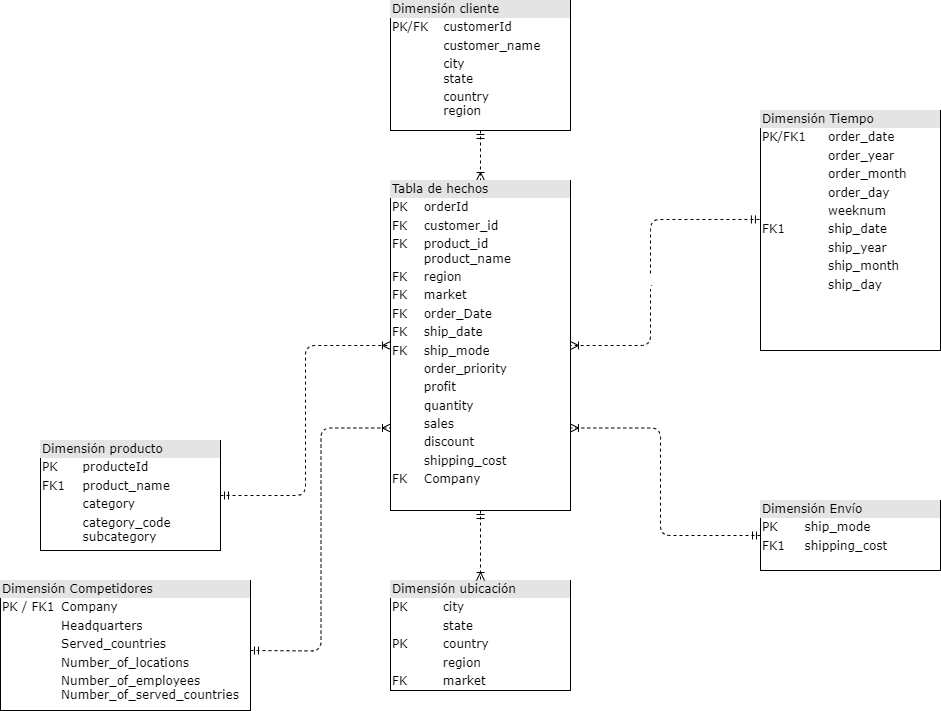
Earlier version of the draw.io export images/Diagrama.png (VeronicaDomR/Proyecto_ETL). Source tidied: cells renumbered, new cells last; positions are measured from the earlier drawing's top-left corner, leaving out a move shared by most shapes.
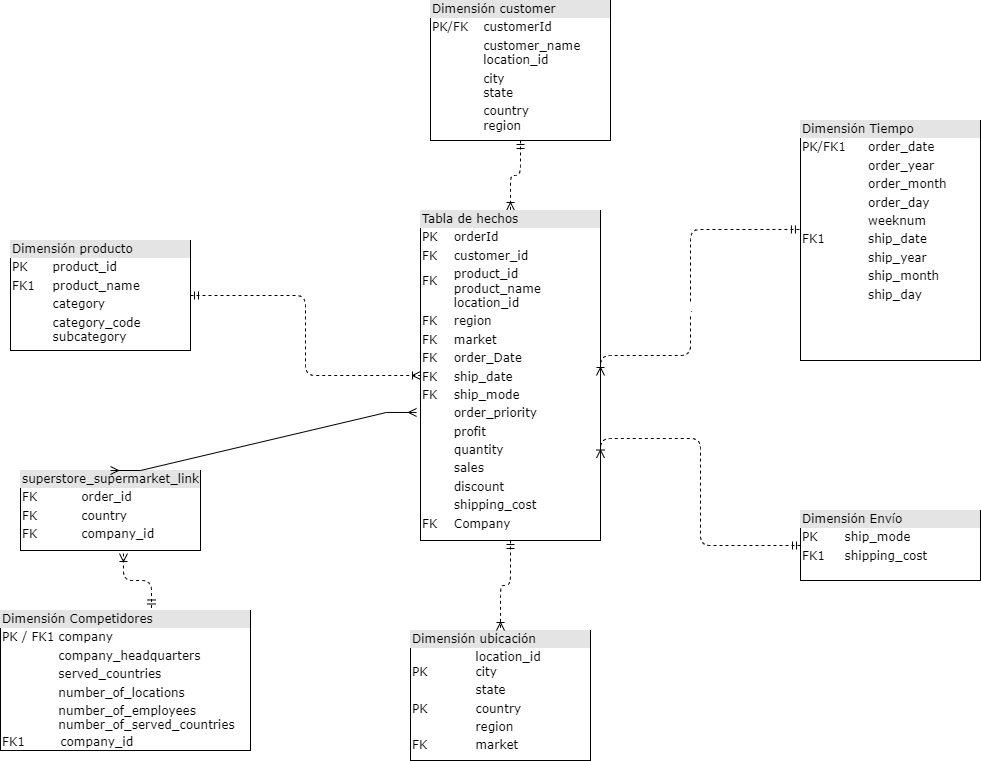
The same file after the commit.

Change to the diagram source:
```diff
@@ -5,32 +5,32 @@
     <mxCell id="2" style="edgeStyle=orthogonalEdgeStyle;html=1;entryX=0.5;entryY=0;dashed=1;labelBackgroundColor=none;startArrow=ERmandOne;endArrow=ERoneToMany;fontFamily=Verdana;fontSize=12;align=left;" parent="1" edge="1" source="3" target="9">
       <mxGeometry relative="1" as="geometry" />
     </mxCell>
-    <mxCell id="3" value="&lt;div style=&quot;box-sizing: border-box ; width: 100% ; background: #e4e4e4 ; padding: 2px&quot;&gt;Dimensión cliente&lt;/div&gt;&lt;table style=&quot;width: 100% ; font-size: 1em&quot; cellpadding=&quot;2&quot; cellspacing=&quot;0&quot;&gt;&lt;tbody&gt;&lt;tr&gt;&lt;td&gt;PK/FK&lt;/td&gt;&lt;td&gt;customerId&lt;/td&gt;&lt;/tr&gt;&lt;tr&gt;&lt;td&gt;&lt;br&gt;&lt;/td&gt;&lt;td&gt;customer_name&lt;/td&gt;&lt;/tr&gt;&lt;tr&gt;&lt;td&gt;&lt;/td&gt;&lt;td&gt;city&lt;br&gt;state&lt;/td&gt;&lt;/tr&gt;&lt;tr&gt;&lt;td&gt;&lt;br&gt;&lt;/td&gt;&lt;td&gt;country&lt;br&gt;region&lt;/td&gt;&lt;/tr&gt;&lt;tr&gt;&lt;td&gt;&lt;/td&gt;&lt;td&gt;&lt;br&gt;&lt;/td&gt;&lt;/tr&gt;&lt;/tbody&gt;&lt;/table&gt;" style="verticalAlign=top;align=left;overflow=fill;html=1;rounded=0;shadow=0;comic=0;labelBackgroundColor=none;strokeWidth=1;fontFamily=Verdana;fontSize=12;" parent="1" vertex="1">
-      <mxGeometry x="390" width="180" height="130" as="geometry" />
+    <mxCell id="3" value="&lt;div style=&quot;box-sizing: border-box ; width: 100% ; background: #e4e4e4 ; padding: 2px&quot;&gt;Dimensión customer&lt;/div&gt;&lt;table style=&quot;width: 100% ; font-size: 1em&quot; cellpadding=&quot;2&quot; cellspacing=&quot;0&quot;&gt;&lt;tbody&gt;&lt;tr&gt;&lt;td&gt;PK/FK&lt;/td&gt;&lt;td&gt;customerId&lt;/td&gt;&lt;/tr&gt;&lt;tr&gt;&lt;td&gt;&lt;br&gt;&lt;/td&gt;&lt;td&gt;customer_name&lt;br&gt;location_id&lt;/td&gt;&lt;/tr&gt;&lt;tr&gt;&lt;td&gt;&lt;/td&gt;&lt;td&gt;city&lt;br&gt;state&lt;/td&gt;&lt;/tr&gt;&lt;tr&gt;&lt;td&gt;&lt;br&gt;&lt;/td&gt;&lt;td&gt;country&lt;br&gt;region&lt;/td&gt;&lt;/tr&gt;&lt;tr&gt;&lt;td&gt;&lt;/td&gt;&lt;td&gt;&lt;br&gt;&lt;/td&gt;&lt;/tr&gt;&lt;/tbody&gt;&lt;/table&gt;" style="verticalAlign=top;align=left;overflow=fill;html=1;rounded=0;shadow=0;comic=0;labelBackgroundColor=none;strokeWidth=1;fontFamily=Verdana;fontSize=12;" parent="1" vertex="1">
+      <mxGeometry x="390" y="-10" width="180" height="140" as="geometry" />
     </mxCell>
     <mxCell id="4" style="edgeStyle=orthogonalEdgeStyle;html=1;exitX=1;exitY=0.5;entryX=0;entryY=0.5;dashed=1;labelBackgroundColor=none;startArrow=ERmandOne;endArrow=ERoneToMany;fontFamily=Verdana;fontSize=12;align=left;exitDx=0;exitDy=0;entryDx=0;entryDy=0;" parent="1" edge="1" source="5" target="9">
       <mxGeometry relative="1" as="geometry" />
     </mxCell>
-    <mxCell id="5" value="&lt;div style=&quot;box-sizing: border-box ; width: 100% ; background: #e4e4e4 ; padding: 2px&quot;&gt;Dimensión producto&lt;/div&gt;&lt;table style=&quot;width: 100% ; font-size: 1em&quot; cellpadding=&quot;2&quot; cellspacing=&quot;0&quot;&gt;&lt;tbody&gt;&lt;tr&gt;&lt;td&gt;PK&lt;/td&gt;&lt;td&gt;producteId&lt;/td&gt;&lt;/tr&gt;&lt;tr&gt;&lt;td&gt;FK1&lt;/td&gt;&lt;td&gt;product_name&lt;/td&gt;&lt;/tr&gt;&lt;tr&gt;&lt;td&gt;&lt;/td&gt;&lt;td&gt;category&lt;/td&gt;&lt;/tr&gt;&lt;tr&gt;&lt;td&gt;&lt;br&gt;&lt;/td&gt;&lt;td&gt;category_code&lt;br&gt;subcategory&lt;br&gt;&lt;br&gt;&lt;/td&gt;&lt;/tr&gt;&lt;/tbody&gt;&lt;/table&gt;" style="verticalAlign=top;align=left;overflow=fill;html=1;rounded=0;shadow=0;comic=0;labelBackgroundColor=none;strokeWidth=1;fontFamily=Verdana;fontSize=12;" parent="1" vertex="1">
-      <mxGeometry x="40" y="440" width="180" height="110" as="geometry" />
+    <mxCell id="5" value="&lt;div style=&quot;box-sizing: border-box ; width: 100% ; background: #e4e4e4 ; padding: 2px&quot;&gt;Dimensión producto&lt;/div&gt;&lt;table style=&quot;width: 100% ; font-size: 1em&quot; cellpadding=&quot;2&quot; cellspacing=&quot;0&quot;&gt;&lt;tbody&gt;&lt;tr&gt;&lt;td&gt;PK&lt;/td&gt;&lt;td&gt;product_id&lt;/td&gt;&lt;/tr&gt;&lt;tr&gt;&lt;td&gt;FK1&lt;/td&gt;&lt;td&gt;product_name&lt;/td&gt;&lt;/tr&gt;&lt;tr&gt;&lt;td&gt;&lt;/td&gt;&lt;td&gt;category&lt;/td&gt;&lt;/tr&gt;&lt;tr&gt;&lt;td&gt;&lt;br&gt;&lt;/td&gt;&lt;td&gt;category_code&lt;br&gt;subcategory&lt;br&gt;&lt;br&gt;&lt;/td&gt;&lt;/tr&gt;&lt;/tbody&gt;&lt;/table&gt;" style="verticalAlign=top;align=left;overflow=fill;html=1;rounded=0;shadow=0;comic=0;labelBackgroundColor=none;strokeWidth=1;fontFamily=Verdana;fontSize=12;" parent="1" vertex="1">
+      <mxGeometry x="-30" y="230" width="180" height="110" as="geometry" />
     </mxCell>
     <mxCell id="6" value="&lt;div style=&quot;box-sizing: border-box ; width: 100% ; background: #e4e4e4 ; padding: 2px&quot;&gt;Dimensión Envío&lt;/div&gt;&lt;table style=&quot;width: 100% ; font-size: 1em&quot; cellpadding=&quot;2&quot; cellspacing=&quot;0&quot;&gt;&lt;tbody&gt;&lt;tr&gt;&lt;td&gt;PK&lt;/td&gt;&lt;td&gt;ship_mode&lt;/td&gt;&lt;/tr&gt;&lt;tr&gt;&lt;td&gt;FK1&lt;/td&gt;&lt;td&gt;shipping_cost&lt;/td&gt;&lt;/tr&gt;&lt;tr&gt;&lt;td&gt;&lt;/td&gt;&lt;td&gt;&lt;br&gt;&lt;/td&gt;&lt;/tr&gt;&lt;/tbody&gt;&lt;/table&gt;" style="verticalAlign=top;align=left;overflow=fill;html=1;rounded=0;shadow=0;comic=0;labelBackgroundColor=none;strokeWidth=1;fontFamily=Verdana;fontSize=12;" parent="1" vertex="1">
       <mxGeometry x="760" y="500" width="180" height="70" as="geometry" />
     </mxCell>
-    <mxCell id="7" value="&lt;div style=&quot;box-sizing: border-box ; width: 100% ; background: #e4e4e4 ; padding: 2px&quot;&gt;Dimensión ubicación&lt;/div&gt;&lt;table style=&quot;width: 100% ; font-size: 1em&quot; cellpadding=&quot;2&quot; cellspacing=&quot;0&quot;&gt;&lt;tbody&gt;&lt;tr&gt;&lt;td&gt;PK&lt;/td&gt;&lt;td&gt;city&lt;/td&gt;&lt;/tr&gt;&lt;tr&gt;&lt;td&gt;&lt;br&gt;&lt;/td&gt;&lt;td&gt;state&lt;/td&gt;&lt;/tr&gt;&lt;tr&gt;&lt;td&gt;PK&lt;/td&gt;&lt;td&gt;country&lt;/td&gt;&lt;/tr&gt;&lt;tr&gt;&lt;td&gt;&lt;br&gt;&lt;/td&gt;&lt;td&gt;region&lt;br&gt;&lt;/td&gt;&lt;/tr&gt;&lt;tr&gt;&lt;td&gt;FK&lt;br&gt;&lt;/td&gt;&lt;td&gt;market&lt;br&gt;&lt;/td&gt;&lt;/tr&gt;&lt;/tbody&gt;&lt;/table&gt;" style="verticalAlign=top;align=left;overflow=fill;html=1;rounded=0;shadow=0;comic=0;labelBackgroundColor=none;strokeWidth=1;fontFamily=Verdana;fontSize=12;" parent="1" vertex="1">
-      <mxGeometry x="390" y="580" width="180" height="110" as="geometry" />
+    <mxCell id="7" value="&lt;div style=&quot;box-sizing: border-box ; width: 100% ; background: #e4e4e4 ; padding: 2px&quot;&gt;Dimensión ubicación&lt;/div&gt;&lt;table style=&quot;width: 100% ; font-size: 1em&quot; cellpadding=&quot;2&quot; cellspacing=&quot;0&quot;&gt;&lt;tbody&gt;&lt;tr&gt;&lt;td&gt;&lt;br&gt;PK&lt;/td&gt;&lt;td&gt;location_id&lt;br&gt;city&lt;br&gt;&lt;/td&gt;&lt;/tr&gt;&lt;tr&gt;&lt;td&gt;&lt;span style=&quot;white-space: pre;&quot;&gt;&#9;&lt;/span&gt;&lt;/td&gt;&lt;td&gt;state&lt;/td&gt;&lt;/tr&gt;&lt;tr&gt;&lt;td&gt;PK&lt;/td&gt;&lt;td&gt;country&lt;/td&gt;&lt;/tr&gt;&lt;tr&gt;&lt;td&gt;&lt;br&gt;&lt;/td&gt;&lt;td&gt;region&lt;br&gt;&lt;/td&gt;&lt;/tr&gt;&lt;tr&gt;&lt;td&gt;FK&lt;br&gt;&lt;/td&gt;&lt;td&gt;market&lt;br&gt;&lt;/td&gt;&lt;/tr&gt;&lt;/tbody&gt;&lt;/table&gt;" style="verticalAlign=top;align=left;overflow=fill;html=1;rounded=0;shadow=0;comic=0;labelBackgroundColor=none;strokeWidth=1;fontFamily=Verdana;fontSize=12;" parent="1" vertex="1">
+      <mxGeometry x="370" y="620" width="180" height="130" as="geometry" />
     </mxCell>
     <mxCell id="8" style="edgeStyle=orthogonalEdgeStyle;html=1;entryX=0.5;entryY=0;labelBackgroundColor=none;startArrow=ERmandOne;endArrow=ERoneToMany;fontFamily=Verdana;fontSize=12;align=left;dashed=1;" parent="1" edge="1" source="9" target="7">
       <mxGeometry relative="1" as="geometry" />
     </mxCell>
-    <mxCell id="9" value="&lt;div style=&quot;box-sizing: border-box ; width: 100% ; background: #e4e4e4 ; padding: 2px&quot;&gt;Tabla de hechos&lt;/div&gt;&lt;table style=&quot;width: 100% ; font-size: 1em&quot; cellpadding=&quot;2&quot; cellspacing=&quot;0&quot;&gt;&lt;tbody&gt;&lt;tr&gt;&lt;td&gt;PK&lt;/td&gt;&lt;td&gt;orderId&lt;/td&gt;&lt;/tr&gt;&lt;tr&gt;&lt;td&gt;FK&lt;/td&gt;&lt;td&gt;customer_id&lt;/td&gt;&lt;/tr&gt;&lt;tr&gt;&lt;td&gt;FK&lt;br&gt;&lt;br&gt;&lt;/td&gt;&lt;td&gt;product_id&lt;br&gt;product_name&lt;/td&gt;&lt;/tr&gt;&lt;tr&gt;&lt;td&gt;FK&lt;br&gt;&lt;/td&gt;&lt;td&gt;region&lt;br&gt;&lt;/td&gt;&lt;/tr&gt;&lt;tr&gt;&lt;td&gt;FK&lt;br&gt;&lt;/td&gt;&lt;td&gt;market&lt;br&gt;&lt;/td&gt;&lt;/tr&gt;&lt;tr&gt;&lt;td&gt;FK&lt;br&gt;&lt;/td&gt;&lt;td&gt;order_Date&lt;/td&gt;&lt;/tr&gt;&lt;tr&gt;&lt;td&gt;FK&lt;br&gt;&lt;/td&gt;&lt;td&gt;ship_date&lt;br&gt;&lt;/td&gt;&lt;/tr&gt;&lt;tr&gt;&lt;td&gt;FK&lt;br&gt;&lt;/td&gt;&lt;td&gt;ship_mode&lt;br&gt;&lt;/td&gt;&lt;/tr&gt;&lt;tr&gt;&lt;td&gt;&lt;br&gt;&lt;/td&gt;&lt;td&gt;order_priority&lt;/td&gt;&lt;/tr&gt;&lt;tr&gt;&lt;td&gt;&lt;br&gt;&lt;/td&gt;&lt;td&gt;profit&lt;br&gt;&lt;/td&gt;&lt;/tr&gt;&lt;tr&gt;&lt;td&gt;&lt;br&gt;&lt;/td&gt;&lt;td&gt;quantity&lt;br&gt;&lt;/td&gt;&lt;/tr&gt;&lt;tr&gt;&lt;td&gt;&lt;br&gt;&lt;/td&gt;&lt;td&gt;sales&lt;br&gt;&lt;/td&gt;&lt;/tr&gt;&lt;tr&gt;&lt;td&gt;&lt;br&gt;&lt;/td&gt;&lt;td&gt;discount&lt;/td&gt;&lt;/tr&gt;&lt;tr&gt;&lt;td&gt;&lt;br&gt;&lt;/td&gt;&lt;td&gt;shipping_cost&lt;br&gt;&lt;/td&gt;&lt;/tr&gt;&lt;tr&gt;&lt;td&gt;FK&lt;/td&gt;&lt;td&gt;Company&lt;/td&gt;&lt;/tr&gt;&lt;/tbody&gt;&lt;/table&gt;" style="verticalAlign=top;align=left;overflow=fill;html=1;rounded=0;shadow=0;comic=0;labelBackgroundColor=none;strokeWidth=1;fontFamily=Verdana;fontSize=12;" parent="1" vertex="1">
-      <mxGeometry x="390" y="180" width="180" height="330" as="geometry" />
+    <mxCell id="9" value="&lt;div style=&quot;box-sizing: border-box ; width: 100% ; background: #e4e4e4 ; padding: 2px&quot;&gt;Tabla de hechos&lt;/div&gt;&lt;table style=&quot;width: 100% ; font-size: 1em&quot; cellpadding=&quot;2&quot; cellspacing=&quot;0&quot;&gt;&lt;tbody&gt;&lt;tr&gt;&lt;td&gt;PK&lt;/td&gt;&lt;td&gt;orderId&lt;/td&gt;&lt;/tr&gt;&lt;tr&gt;&lt;td&gt;FK&lt;/td&gt;&lt;td&gt;customer_id&lt;/td&gt;&lt;/tr&gt;&lt;tr&gt;&lt;td&gt;FK&lt;br&gt;&lt;br&gt;&lt;/td&gt;&lt;td&gt;product_id&lt;br&gt;product_name&lt;br&gt;location_id&lt;/td&gt;&lt;/tr&gt;&lt;tr&gt;&lt;td&gt;FK&lt;br&gt;&lt;/td&gt;&lt;td&gt;region&lt;br&gt;&lt;/td&gt;&lt;/tr&gt;&lt;tr&gt;&lt;td&gt;FK&lt;br&gt;&lt;/td&gt;&lt;td&gt;market&lt;br&gt;&lt;/td&gt;&lt;/tr&gt;&lt;tr&gt;&lt;td&gt;FK&lt;br&gt;&lt;/td&gt;&lt;td&gt;order_Date&lt;/td&gt;&lt;/tr&gt;&lt;tr&gt;&lt;td&gt;FK&lt;br&gt;&lt;/td&gt;&lt;td&gt;ship_date&lt;br&gt;&lt;/td&gt;&lt;/tr&gt;&lt;tr&gt;&lt;td&gt;FK&lt;br&gt;&lt;/td&gt;&lt;td&gt;ship_mode&lt;br&gt;&lt;/td&gt;&lt;/tr&gt;&lt;tr&gt;&lt;td&gt;&lt;br&gt;&lt;/td&gt;&lt;td&gt;order_priority&lt;/td&gt;&lt;/tr&gt;&lt;tr&gt;&lt;td&gt;&lt;br&gt;&lt;/td&gt;&lt;td&gt;profit&lt;br&gt;&lt;/td&gt;&lt;/tr&gt;&lt;tr&gt;&lt;td&gt;&lt;br&gt;&lt;/td&gt;&lt;td&gt;quantity&lt;br&gt;&lt;/td&gt;&lt;/tr&gt;&lt;tr&gt;&lt;td&gt;&lt;br&gt;&lt;/td&gt;&lt;td&gt;sales&lt;br&gt;&lt;/td&gt;&lt;/tr&gt;&lt;tr&gt;&lt;td&gt;&lt;br&gt;&lt;/td&gt;&lt;td&gt;discount&lt;/td&gt;&lt;/tr&gt;&lt;tr&gt;&lt;td&gt;&lt;br&gt;&lt;/td&gt;&lt;td&gt;shipping_cost&lt;br&gt;&lt;/td&gt;&lt;/tr&gt;&lt;tr&gt;&lt;td&gt;FK&lt;/td&gt;&lt;td&gt;Company&lt;/td&gt;&lt;/tr&gt;&lt;/tbody&gt;&lt;/table&gt;" style="verticalAlign=top;align=left;overflow=fill;html=1;rounded=0;shadow=0;comic=0;labelBackgroundColor=none;strokeWidth=1;fontFamily=Verdana;fontSize=12;" parent="1" vertex="1">
+      <mxGeometry x="380" y="200" width="180" height="330" as="geometry" />
     </mxCell>
     <mxCell id="10" value="&lt;div style=&quot;box-sizing: border-box ; width: 100% ; background: #e4e4e4 ; padding: 2px&quot;&gt;Dimensión Tiempo&lt;/div&gt;&lt;table style=&quot;width: 100% ; font-size: 1em&quot; cellpadding=&quot;2&quot; cellspacing=&quot;0&quot;&gt;&lt;tbody&gt;&lt;tr&gt;&lt;td&gt;PK/FK1&lt;/td&gt;&lt;td&gt;order_date&lt;/td&gt;&lt;/tr&gt;&lt;tr&gt;&lt;td&gt;&lt;br&gt;&lt;/td&gt;&lt;td&gt;order_year&lt;/td&gt;&lt;/tr&gt;&lt;tr&gt;&lt;td&gt;&lt;/td&gt;&lt;td&gt;order_month&lt;/td&gt;&lt;/tr&gt;&lt;tr&gt;&lt;td&gt;&lt;br&gt;&lt;/td&gt;&lt;td&gt;order_day&lt;br&gt;&lt;/td&gt;&lt;/tr&gt;&lt;tr&gt;&lt;td&gt;&lt;br&gt;&lt;/td&gt;&lt;td&gt;weeknum&lt;/td&gt;&lt;/tr&gt;&lt;tr&gt;&lt;td&gt;FK1&lt;br&gt;&lt;/td&gt;&lt;td&gt;ship_date&lt;br&gt;&lt;/td&gt;&lt;/tr&gt;&lt;tr&gt;&lt;td&gt;&lt;br&gt;&lt;/td&gt;&lt;td&gt;ship_year&lt;br&gt;&lt;/td&gt;&lt;/tr&gt;&lt;tr&gt;&lt;td&gt;&lt;br&gt;&lt;/td&gt;&lt;td&gt;ship_month&lt;br&gt;&lt;/td&gt;&lt;/tr&gt;&lt;tr&gt;&lt;td&gt;&lt;br&gt;&lt;/td&gt;&lt;td&gt;ship_day&lt;br&gt;&lt;/td&gt;&lt;/tr&gt;&lt;tr&gt;&lt;td&gt;&lt;br&gt;&lt;/td&gt;&lt;td&gt;&lt;/td&gt;&lt;/tr&gt;&lt;/tbody&gt;&lt;/table&gt;" style="verticalAlign=top;align=left;overflow=fill;html=1;rounded=0;shadow=0;comic=0;labelBackgroundColor=none;strokeWidth=1;fontFamily=Verdana;fontSize=12;" parent="1" vertex="1">
       <mxGeometry x="760" y="110" width="180" height="240" as="geometry" />
     </mxCell>
-    <mxCell id="11" value="&lt;div style=&quot;box-sizing: border-box ; width: 100% ; background: #e4e4e4 ; padding: 2px&quot;&gt;Dimensión Competidores&lt;/div&gt;&lt;table style=&quot;width: 100% ; font-size: 1em&quot; cellpadding=&quot;2&quot; cellspacing=&quot;0&quot;&gt;&lt;tbody&gt;&lt;tr&gt;&lt;td&gt;PK / FK1&lt;/td&gt;&lt;td&gt;Company&lt;/td&gt;&lt;/tr&gt;&lt;tr&gt;&lt;td&gt;&lt;br&gt;&lt;/td&gt;&lt;td&gt;Headquarters&lt;/td&gt;&lt;/tr&gt;&lt;tr&gt;&lt;td&gt;&lt;/td&gt;&lt;td&gt;Served_countries&lt;/td&gt;&lt;/tr&gt;&lt;tr&gt;&lt;td&gt;&lt;br&gt;&lt;/td&gt;&lt;td&gt;Number_of_locations&lt;/td&gt;&lt;/tr&gt;&lt;tr&gt;&lt;td&gt;&lt;br&gt;&lt;/td&gt;&lt;td&gt;Number_of_employees&lt;br&gt;Number_of_served_countries&lt;br&gt;&lt;/td&gt;&lt;/tr&gt;&lt;tr&gt;&lt;td&gt;&lt;br&gt;&lt;/td&gt;&lt;td&gt;&lt;br&gt;&lt;/td&gt;&lt;/tr&gt;&lt;/tbody&gt;&lt;/table&gt;" style="verticalAlign=top;align=left;overflow=fill;html=1;rounded=0;shadow=0;comic=0;labelBackgroundColor=none;strokeWidth=1;fontFamily=Verdana;fontSize=12;" parent="1" vertex="1">
-      <mxGeometry y="580" width="250" height="130" as="geometry" />
+    <mxCell id="11" value="&lt;div style=&quot;box-sizing: border-box ; width: 100% ; background: #e4e4e4 ; padding: 2px&quot;&gt;Dimensión Competidores&lt;/div&gt;&lt;table style=&quot;width: 100% ; font-size: 1em&quot; cellpadding=&quot;2&quot; cellspacing=&quot;0&quot;&gt;&lt;tbody&gt;&lt;tr&gt;&lt;td&gt;PK / FK1&lt;/td&gt;&lt;td&gt;company&lt;/td&gt;&lt;/tr&gt;&lt;tr&gt;&lt;td&gt;&lt;br&gt;&lt;/td&gt;&lt;td&gt;company_headquarters&lt;/td&gt;&lt;/tr&gt;&lt;tr&gt;&lt;td&gt;&lt;/td&gt;&lt;td&gt;served_countries&lt;/td&gt;&lt;/tr&gt;&lt;tr&gt;&lt;td&gt;&lt;br&gt;&lt;/td&gt;&lt;td&gt;number_of_locations&lt;/td&gt;&lt;/tr&gt;&lt;tr&gt;&lt;td&gt;&lt;br&gt;FK1&lt;/td&gt;&lt;td&gt;number_of_employees&lt;br&gt;number_of_served_countries&lt;br&gt;&lt;table style=&quot;font-size: 1em; width: 250px;&quot; cellpadding=&quot;2&quot; cellspacing=&quot;0&quot;&gt;&lt;tbody&gt;&lt;tr&gt;&lt;td&gt;company_id&lt;br&gt;&lt;/td&gt;&lt;td&gt;&lt;br&gt;&lt;/td&gt;&lt;/tr&gt;&lt;/tbody&gt;&lt;/table&gt;&lt;br&gt;&lt;/td&gt;&lt;/tr&gt;&lt;tr&gt;&lt;td&gt;&lt;br&gt;&lt;/td&gt;&lt;td&gt;&lt;br&gt;&lt;/td&gt;&lt;/tr&gt;&lt;/tbody&gt;&lt;/table&gt;" style="verticalAlign=top;align=left;overflow=fill;html=1;rounded=0;shadow=0;comic=0;labelBackgroundColor=none;strokeWidth=1;fontFamily=Verdana;fontSize=12;" parent="1" vertex="1">
+      <mxGeometry x="-40" y="600" width="250" height="140" as="geometry" />
     </mxCell>
     <mxCell id="12" style="edgeStyle=orthogonalEdgeStyle;html=1;entryX=1;entryY=0.5;dashed=1;labelBackgroundColor=none;startArrow=ERmandOne;endArrow=ERoneToMany;fontFamily=Verdana;fontSize=12;align=left;exitX=-0.006;exitY=0.454;exitDx=0;exitDy=0;exitPerimeter=0;entryDx=0;entryDy=0;" parent="1" edge="1" source="10" target="9">
       <mxGeometry relative="1" as="geometry">
@@ -51,10 +51,14 @@
         </Array>
       </mxGeometry>
     </mxCell>
-    <mxCell id="15" style="edgeStyle=orthogonalEdgeStyle;html=1;exitX=1;exitY=0.5;entryX=0;entryY=0.75;dashed=1;labelBackgroundColor=none;startArrow=ERmandOne;endArrow=ERoneToMany;fontFamily=Verdana;fontSize=12;align=left;exitDx=0;exitDy=0;entryDx=0;entryDy=0;" parent="1" edge="1" target="9">
-      <mxGeometry relative="1" as="geometry">
-        <mxPoint x="250" y="650" as="sourcePoint" />
-      </mxGeometry>
+    <mxCell id="15" style="edgeStyle=orthogonalEdgeStyle;html=1;exitX=0.604;exitY=-0.018;entryX=0.572;entryY=1.038;dashed=1;labelBackgroundColor=none;startArrow=ERmandOne;endArrow=ERoneToMany;fontFamily=Verdana;fontSize=12;align=left;exitDx=0;exitDy=0;entryDx=0;entryDy=0;entryPerimeter=0;exitPerimeter=0;" parent="1" edge="1" source="11" target="16">
+      <mxGeometry relative="1" as="geometry" />
     </mxCell>
+    <mxCell id="16" value="&lt;div style=&quot;box-sizing: border-box ; width: 100% ; background: #e4e4e4 ; padding: 2px&quot;&gt;superstore_supermarket_link&lt;/div&gt;&lt;table style=&quot;width: 100% ; font-size: 1em&quot; cellpadding=&quot;2&quot; cellspacing=&quot;0&quot;&gt;&lt;tbody&gt;&lt;tr&gt;&lt;td&gt;FK&lt;/td&gt;&lt;td&gt;order_id&lt;/td&gt;&lt;/tr&gt;&lt;tr&gt;&lt;td&gt;FK&lt;span style=&quot;white-space: pre;&quot;&gt;&#9;&lt;/span&gt;&lt;/td&gt;&lt;td&gt;country&lt;/td&gt;&lt;/tr&gt;&lt;tr&gt;&lt;td&gt;FK&lt;/td&gt;&lt;td&gt;company_id&lt;/td&gt;&lt;/tr&gt;&lt;tr&gt;&lt;td&gt;&lt;/td&gt;&lt;td&gt;&lt;br&gt;&lt;/td&gt;&lt;/tr&gt;&lt;/tbody&gt;&lt;/table&gt;" style="verticalAlign=top;align=left;overflow=fill;html=1;rounded=0;shadow=0;comic=0;labelBackgroundColor=none;strokeWidth=1;fontFamily=Verdana;fontSize=12;" parent="1" vertex="1">
+      <mxGeometry x="-20" y="460" width="180" height="80" as="geometry" />
+    </mxCell>
+    <mxCell id="17" style="edgeStyle=entityRelationEdgeStyle;fontSize=12;html=1;endArrow=ERmany;startArrow=ERmany;rounded=0;exitX=0.5;exitY=0;exitDx=0;exitDy=0;entryX=-0.022;entryY=0.612;entryDx=0;entryDy=0;entryPerimeter=0;" parent="1" edge="1" source="16" target="9">
+      <mxGeometry relative="1" as="geometry" />
+    </mxCell>
   </root>
 </mxGraphModel>
```
